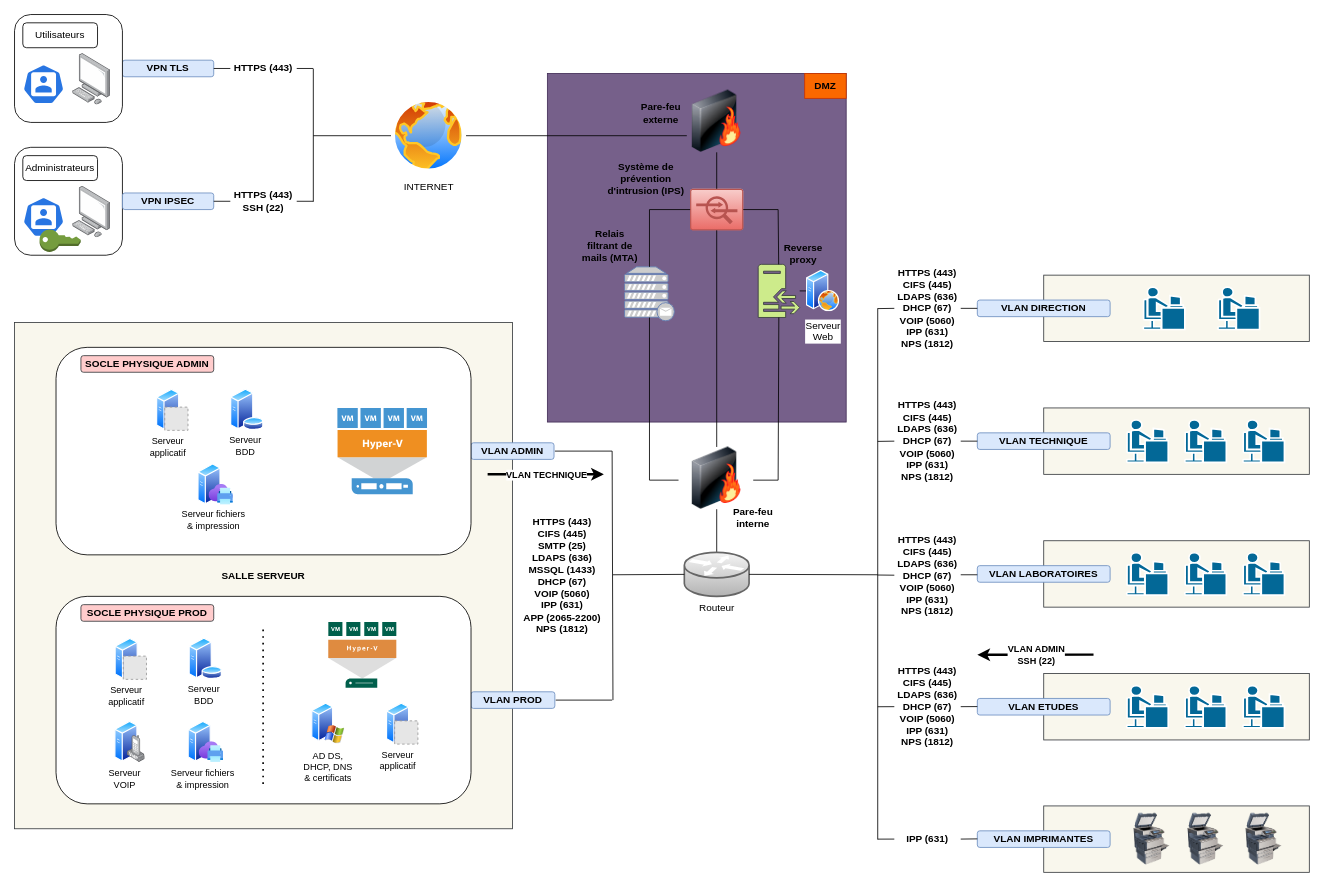
Before: p11.drawio in ecto-w/openclassrooms_ASR, a draw.io diagram. Source tidied: cells renumbered, new cells numbered last; positions are measured from the earlier drawing's top-left corner, leaving out a move shared by most shapes. Both pictures are drawn from the tidied source at 83%, with x=0, y=0 at pixel (14, 14). Pictures stored in the file or linked from it are replaced by grey dashed boxes.
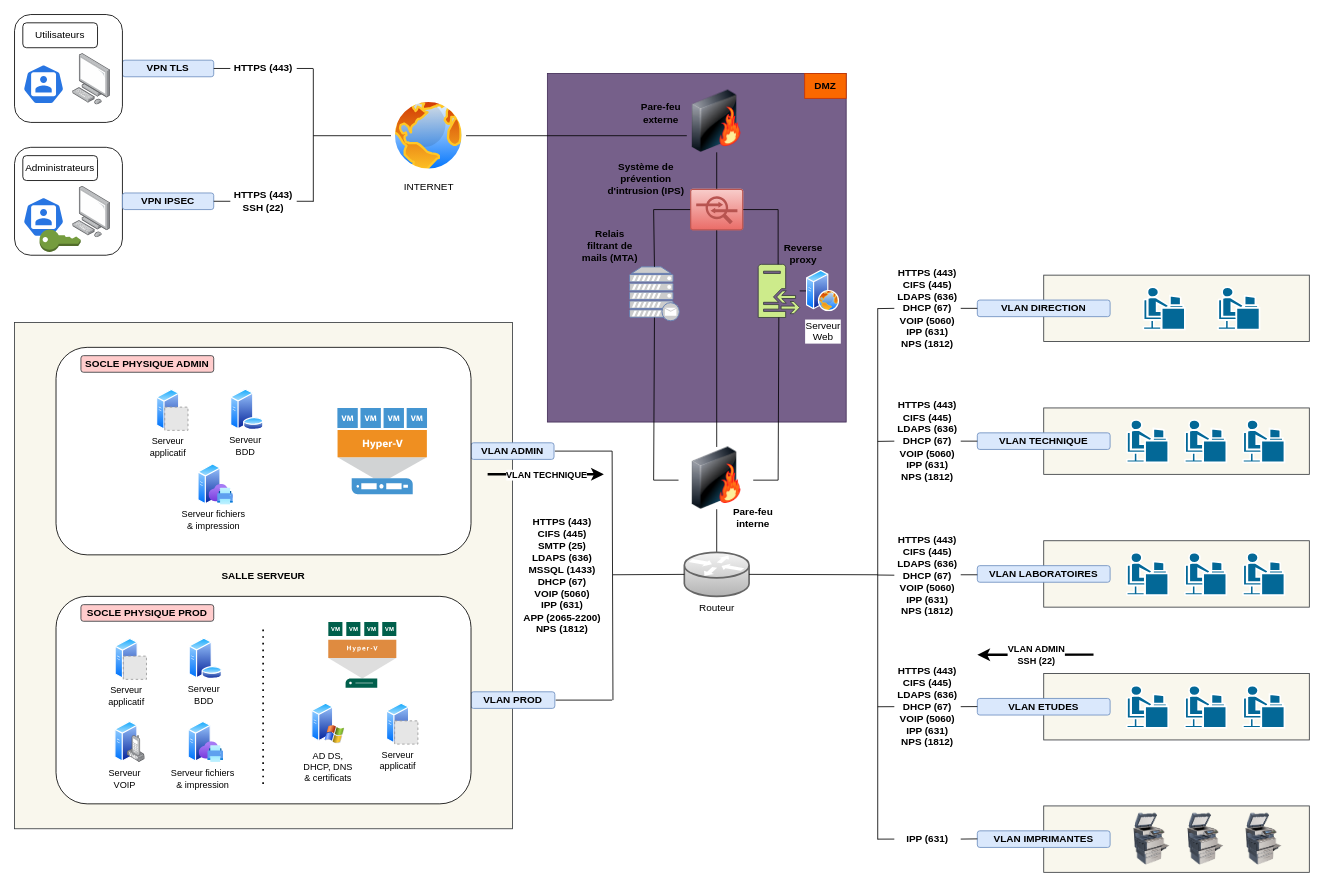
The same diagram, later.

Commit message (it also covers changes not shown here):
Mettre à jour p11.drawio

The change refers to these unchanged cells:
```xml
<mxCell id="21" style="sketch=0;points=[[0.015,0.015,0],[0.985,0.015,0],[0.985,0.985,0],[0.015,0.985,0],[0.25,0,0],[0.5,0,0],[0.75,0,0],[1,0.25,0],[1,0.5,0],[1,0.75,0],[0.75,1,0],[0.5,1,0],[0.25,1,0],[0,0.75,0],[0,0.5,0],[0,0.25,0]];verticalLabelPosition=bottom;html=1;verticalAlign=top;align=center;shape=mxgraph.cisco19.rect;prIcon=ips_ids;fillColor=#f8cecc;strokeColor=#b85450;gradientColor=#ea6b66;gradientDirection=south;" parent="1" vertex="1">
  <mxGeometry x="814" y="210" width="64" height="50" as="geometry" />
</mxCell>
<mxCell id="23" style="sketch=0;shadow=0;dashed=0;html=1;strokeColor=#36393d;fillColor=#cdeb8b;labelPosition=center;verticalLabelPosition=bottom;verticalAlign=top;outlineConnect=0;align=center;shape=mxgraph.office.servers.reverse_proxy;" parent="1" vertex="1">
  <mxGeometry x="896" y="301" width="50" height="64" as="geometry" />
</mxCell>
```

Diff of the diagram source:
```diff
@@
     <mxCell id="125" style="fontColor=#0066CC;verticalAlign=top;verticalLabelPosition=bottom;labelPosition=center;align=center;html=1;outlineConnect=0;fillColor=#CCCCCC;strokeColor=#6881B3;gradientColor=none;gradientDirection=north;strokeWidth=2;shape=mxgraph.networks.mail_server;" parent="1" vertex="1">
-      <mxGeometry x="735" y="304" width="60" height="65" as="geometry" />
+      <mxGeometry x="741" y="304" width="60" height="65" as="geometry" />
     </mxCell>
@@
     <mxCell id="138" style="endArrow=none;html=1;rounded=0;strokeWidth=1;entryX=0;entryY=0.5;entryDx=0;entryDy=0;entryPerimeter=0;exitX=0.5;exitY=0;exitDx=0;exitDy=0;exitPerimeter=0;" parent="1" edge="1" source="125" target="21">
       <mxGeometry relative="1" as="geometry">
         <Array as="points">
-          <mxPoint x="765" y="235" />
+          <mxPoint x="770" y="235" />
         </Array>
       </mxGeometry>
     </mxCell>
@@
     <mxCell id="140" style="endArrow=none;html=1;rounded=0;strokeWidth=1;entryX=0.5;entryY=0.94;entryDx=0;entryDy=0;entryPerimeter=0;" parent="1" edge="1" target="125">
       <mxGeometry relative="1" as="geometry">
         <mxPoint x="800" y="561" as="sourcePoint" />
         <Array as="points">
-          <mxPoint x="765" y="561" />
+          <mxPoint x="770" y="561" />
         </Array>
       </mxGeometry>
     </mxCell>
-    <mxCell id="141" style="endArrow=none;html=1;rounded=0;strokeWidth=1;entryX=1;entryY=0.5;entryDx=0;entryDy=0;entryPerimeter=0;" parent="1" edge="1" source="23" target="21">
+    <mxCell id="141" style="endArrow=none;html=1;rounded=0;strokeWidth=1;entryX=1;entryY=0.5;entryDx=0;entryDy=0;entryPerimeter=0;" parent="1" edge="1" target="21">
       <mxGeometry relative="1" as="geometry">
+        <mxPoint x="920" y="301" as="sourcePoint" />
         <Array as="points">
           <mxPoint x="920" y="235" />
         </Array>
       </mxGeometry>
     </mxCell>
```
